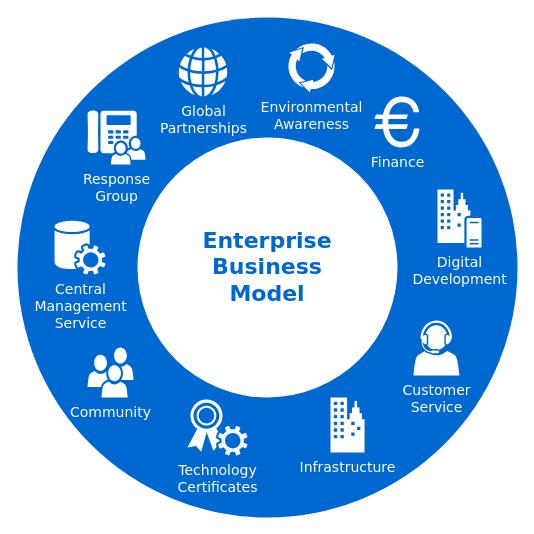
This is Untitled Diagram.drawio from KarolChlasta/vmm, a draw.io file, before an edit. Source tidied: cells renumbered, new cells numbered last; positions are measured from the earlier drawing's top-left corner, leaving out a move shared by most shapes. Both pictures are drawn from the tidied source at 100%, with x=0, y=0 at pixel (17, 17).
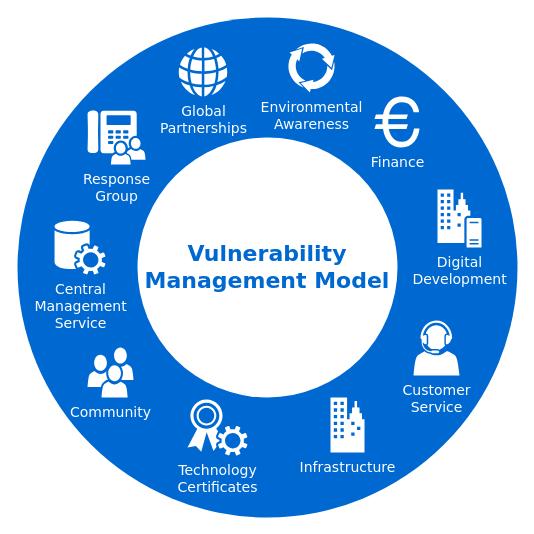
The same page after the edit.

Commit message:
Vulnerability Management Model.drawio

The edit, as a diff of the source:
```diff
@@
 <mxGraphModel>
   <root>
     <mxCell id="0" />
     <mxCell id="1" parent="0" />
     <mxCell id="2" style="ellipse;whiteSpace=wrap;html=1;rounded=0;shadow=0;comic=0;strokeWidth=1;fontFamily=Verdana;fontSize=14;strokeColor=none;fillColor=#0069D1;" parent="1" vertex="1">
       <mxGeometry width="500" height="500" as="geometry" />
     </mxCell>
-    <mxCell id="3" value="Enterprise&lt;div&gt;Business&lt;/div&gt;&lt;div&gt;Model&lt;/div&gt;" style="ellipse;whiteSpace=wrap;html=1;rounded=0;shadow=0;comic=0;strokeWidth=1;fontFamily=Verdana;fontSize=22;strokeColor=none;fillColor=#ffffff;fontColor=#0069D1;fontStyle=1;" parent="1" vertex="1">
+    <mxCell id="3" value="Vulnerability Management Model" style="ellipse;whiteSpace=wrap;html=1;rounded=0;shadow=0;comic=0;strokeWidth=1;fontFamily=Verdana;fontSize=22;strokeColor=none;fillColor=#ffffff;fontColor=#0069D1;fontStyle=1;" parent="1" vertex="1">
       <mxGeometry x="120" y="120" width="260" height="260" as="geometry" />
     </mxCell>
     <mxCell id="4" value="Community" style="shadow=0;dashed=0;html=1;strokeColor=none;fillColor=#ffffff;labelPosition=center;verticalLabelPosition=bottom;verticalAlign=top;shape=mxgraph.office.users.users;rounded=0;comic=0;fontFamily=Verdana;fontSize=14;fontColor=#FFFFFF;" parent="1" vertex="1">
       <mxGeometry x="70" y="330" width="46" height="50" as="geometry" />
     </mxCell>
     <mxCell id="5" value="Customer&lt;div&gt;Service&lt;/div&gt;" style="shadow=0;dashed=0;html=1;strokeColor=none;fillColor=#ffffff;labelPosition=center;verticalLabelPosition=bottom;verticalAlign=top;shape=mxgraph.office.users.call_center_agent;rounded=0;comic=0;fontFamily=Verdana;fontSize=14;fontColor=#FFFFFF;" parent="1" vertex="1">
       <mxGeometry x="396" y="303" width="46" height="55" as="geometry" />
     </mxCell>
     <mxCell id="6" value="Response&lt;div&gt;Group&lt;/div&gt;" style="shadow=0;dashed=0;html=1;strokeColor=none;fillColor=#ffffff;labelPosition=center;verticalLabelPosition=bottom;verticalAlign=top;shape=mxgraph.office.users.response_group;rounded=0;comic=0;fontFamily=Verdana;fontSize=14;fontColor=#FFFFFF;" parent="1" vertex="1">
       <mxGeometry x="70" y="93" width="58" height="54" as="geometry" />
     </mxCell>
     <mxCell id="7" value="Central&lt;div&gt;Management&lt;/div&gt;&lt;div&gt;Service&lt;/div&gt;" style="shadow=0;dashed=0;html=1;strokeColor=none;fillColor=#ffffff;labelPosition=center;verticalLabelPosition=bottom;verticalAlign=top;shape=mxgraph.office.services.central_management_service;rounded=0;comic=0;fontFamily=Verdana;fontSize=14;fontColor=#FFFFFF;" parent="1" vertex="1">
       <mxGeometry x="37" y="203" width="51" height="54" as="geometry" />
     </mxCell>
     <mxCell id="8" value="Digital&lt;div&gt;Development&lt;/div&gt;" style="shadow=0;dashed=0;html=1;strokeColor=none;fillColor=#ffffff;labelPosition=center;verticalLabelPosition=bottom;verticalAlign=top;shape=mxgraph.office.servers.on_premises_server;rounded=0;comic=0;fontFamily=Verdana;fontSize=14;fontColor=#FFFFFF;" parent="1" vertex="1">
       <mxGeometry x="420" y="172" width="44" height="58" as="geometry" />
     </mxCell>
     <mxCell id="9" value="Technology&lt;div&gt;Certificates&lt;/div&gt;" style="shadow=0;dashed=0;html=1;strokeColor=none;fillColor=#ffffff;labelPosition=center;verticalLabelPosition=bottom;verticalAlign=top;shape=mxgraph.office.security.token_service;rounded=0;comic=0;fontFamily=Verdana;fontSize=14;fontColor=#FFFFFF;" parent="1" vertex="1">
       <mxGeometry x="170" y="382" width="60" height="56" as="geometry" />
     </mxCell>
     <mxCell id="10" value="Infrastructure" style="shadow=0;dashed=0;html=1;strokeColor=none;fillColor=#ffffff;labelPosition=center;verticalLabelPosition=bottom;verticalAlign=top;shape=mxgraph.office.concepts.on_premises;rounded=0;comic=0;fontFamily=Verdana;fontSize=14;fontColor=#FFFFFF;" parent="1" vertex="1">
       <mxGeometry x="313" y="380" width="34" height="55" as="geometry" />
     </mxCell>
     <mxCell id="11" value="Global&lt;div&gt;Partnerships&lt;/div&gt;" style="shadow=0;dashed=0;html=1;strokeColor=none;fillColor=#ffffff;labelPosition=center;verticalLabelPosition=bottom;verticalAlign=top;shape=mxgraph.office.concepts.globe_internet;rounded=0;comic=0;fontFamily=Verdana;fontSize=14;fontColor=#FFFFFF;" parent="1" vertex="1">
       <mxGeometry x="161" y="30" width="49" height="49" as="geometry" />
     </mxCell>
     <mxCell id="12" value="Environmental&lt;div&gt;Awareness&lt;/div&gt;" style="shadow=0;dashed=0;html=1;strokeColor=none;shape=mxgraph.mscae.general.continuous_cycle;fillColor=#ffffff;rounded=0;comic=0;fontFamily=Verdana;fontSize=14;fontColor=#FFFFFF;verticalAlign=top;labelPosition=center;verticalLabelPosition=bottom;align=center;" parent="1" vertex="1">
       <mxGeometry x="270" y="25" width="48" height="50" as="geometry" />
     </mxCell>
     <mxCell id="13" value="Finance" style="shape=mxgraph.signs.travel.euro;html=1;fillColor=#ffffff;strokeColor=none;verticalLabelPosition=bottom;verticalAlign=top;align=center;rounded=0;shadow=0;dashed=0;comic=0;fontFamily=Verdana;fontSize=14;fontColor=#FFFFFF;" parent="1" vertex="1">
       <mxGeometry x="357" y="79" width="45" height="51" as="geometry" />
     </mxCell>
   </root>
 </mxGraphModel>
```
